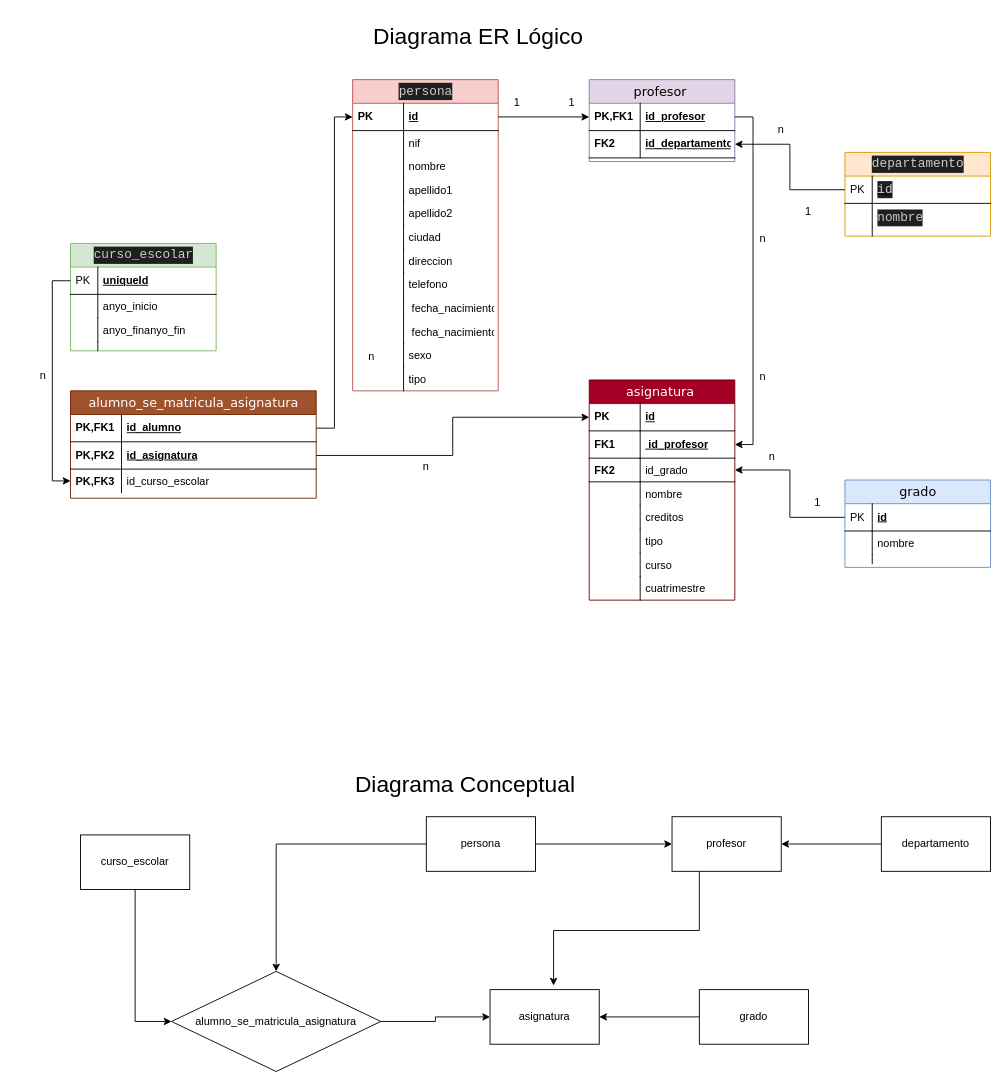
artissce/BD_FALL2024 keeps this draw.io diagram as Examen.drawio. Above is the earlier version. Source tidied: cells renumbered, new cells numbered last; positions are measured from the earlier drawing's top-left corner, leaving out a move shared by most shapes. Both pictures are drawn from the tidied source at 91%, with x=0, y=0 at pixel (15, 15).
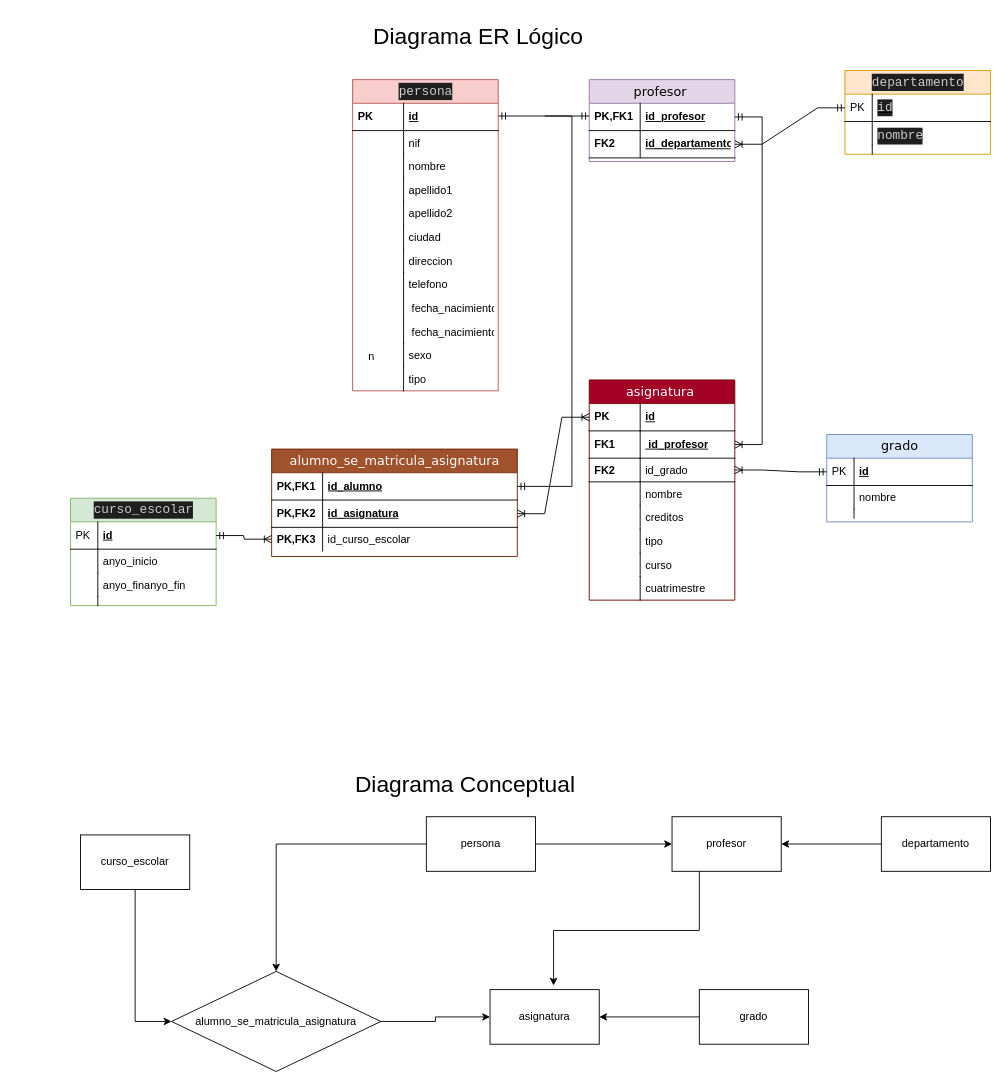
After the change.

Unchanged cells that the change refers to:
```xml
<mxCell id="3" value="id" style="shape=partialRectangle;top=0;left=0;right=0;bottom=1;html=1;align=left;verticalAlign=middle;fillColor=none;spacingLeft=60;spacingRight=4;whiteSpace=wrap;overflow=hidden;points=[[0,0.5],[1,0.5]];portConstraint=eastwest;fontStyle=5;" parent="2" vertex="1">
  <mxGeometry y="26" width="160" height="30" as="geometry" />
</mxCell>
<mxCell id="28" value="id" style="shape=partialRectangle;top=0;left=0;right=0;bottom=1;html=1;align=left;verticalAlign=middle;fillColor=none;spacingLeft=34;spacingRight=4;whiteSpace=wrap;overflow=hidden;points=[[0,0.5],[1,0.5]];portConstraint=eastwest;fontStyle=5;" parent="27" vertex="1">
  <mxGeometry y="26" width="160" height="30" as="geometry" />
</mxCell>
<mxCell id="44" value="id_profesor" style="shape=partialRectangle;top=0;left=0;right=0;bottom=1;html=1;align=left;verticalAlign=middle;fillColor=none;spacingLeft=60;spacingRight=4;whiteSpace=wrap;overflow=hidden;points=[[0,0.5],[1,0.5]];portConstraint=eastwest;fontStyle=5;" parent="43" vertex="1">
  <mxGeometry y="26" width="160" height="30" as="geometry" />
</mxCell>
<mxCell id="46" value="id_departamento" style="shape=partialRectangle;top=0;left=0;right=0;bottom=1;html=1;align=left;verticalAlign=middle;fillColor=none;spacingLeft=60;spacingRight=4;whiteSpace=wrap;overflow=hidden;points=[[0,0.5],[1,0.5]];portConstraint=eastwest;fontStyle=5;" parent="43" vertex="1">
  <mxGeometry y="56" width="160" height="30" as="geometry" />
</mxCell>
<mxCell id="49" value="id" style="shape=partialRectangle;top=0;left=0;right=0;bottom=1;html=1;align=left;verticalAlign=middle;fillColor=none;spacingLeft=60;spacingRight=4;whiteSpace=wrap;overflow=hidden;points=[[0,0.5],[1,0.5]];portConstraint=eastwest;fontStyle=5;" parent="48" vertex="1">
  <mxGeometry y="26" width="160" height="30" as="geometry" />
</mxCell>
<mxCell id="51" value="&amp;nbsp;id_profesor" style="shape=partialRectangle;top=0;left=0;right=0;bottom=1;html=1;align=left;verticalAlign=middle;fillColor=none;spacingLeft=60;spacingRight=4;whiteSpace=wrap;overflow=hidden;points=[[0,0.5],[1,0.5]];portConstraint=eastwest;fontStyle=5;" parent="48" vertex="1">
  <mxGeometry y="56" width="160" height="30" as="geometry" />
</mxCell>
<mxCell id="53" value="id_grado" style="shape=partialRectangle;top=0;left=0;right=0;bottom=1;html=1;align=left;verticalAlign=top;fillColor=none;spacingLeft=60;spacingRight=4;whiteSpace=wrap;overflow=hidden;points=[[0,0.5],[1,0.5]];portConstraint=eastwest;" parent="48" vertex="1">
  <mxGeometry y="86" width="160" height="26" as="geometry" />
</mxCell>
<mxCell id="66" value="id_alumno" style="shape=partialRectangle;top=0;left=0;right=0;bottom=1;html=1;align=left;verticalAlign=middle;fillColor=none;spacingLeft=60;spacingRight=4;whiteSpace=wrap;overflow=hidden;points=[[0,0.5],[1,0.5]];portConstraint=eastwest;fontStyle=5;" parent="65" vertex="1">
  <mxGeometry y="26" width="270" height="30" as="geometry" />
</mxCell>
<mxCell id="68" value="id_asignatura" style="shape=partialRectangle;top=0;left=0;right=0;bottom=1;html=1;align=left;verticalAlign=middle;fillColor=none;spacingLeft=60;spacingRight=4;whiteSpace=wrap;overflow=hidden;points=[[0,0.5],[1,0.5]];portConstraint=eastwest;fontStyle=5;" parent="65" vertex="1">
  <mxGeometry y="56" width="270" height="30" as="geometry" />
</mxCell>
<mxCell id="70" value="id_curso_escolar" style="shape=partialRectangle;top=0;left=0;right=0;bottom=0;html=1;align=left;verticalAlign=top;fillColor=none;spacingLeft=60;spacingRight=4;whiteSpace=wrap;overflow=hidden;points=[[0,0.5],[1,0.5]];portConstraint=eastwest;" parent="65" vertex="1">
  <mxGeometry y="86" width="270" height="26" as="geometry" />
</mxCell>
<mxCell id="73" value="&lt;div style=&quot;color: #cccccc;background-color: #1f1f1f;font-family: Consolas, 'Courier New', monospace;font-weight: normal;font-size: 14px;line-height: 19px;white-space: pre;&quot;&gt;id&lt;/div&gt;" style="shape=partialRectangle;top=0;left=0;right=0;bottom=1;html=1;align=left;verticalAlign=middle;fillColor=none;spacingLeft=34;spacingRight=4;whiteSpace=wrap;overflow=hidden;points=[[0,0.5],[1,0.5]];portConstraint=eastwest;fontStyle=5;" parent="72" vertex="1">
  <mxGeometry y="26" width="160" height="30" as="geometry" />
</mxCell>
```

Change to the diagram source:
```diff
@@
     <mxCell id="27" value="grado" style="swimlane;html=1;fontStyle=0;horizontal=1;startSize=26;fillColor=#dae8fc;swimlaneFillColor=#ffffff;align=center;rounded=0;shadow=0;comic=0;labelBackgroundColor=none;strokeWidth=1;fontFamily=Verdana;fontSize=14;swimlaneLine=1;strokeColor=#6c8ebf;" parent="1" vertex="1">
-      <mxGeometry x="911" y="510" width="160" height="96" as="geometry" />
+      <mxGeometry x="891" y="460" width="160" height="96" as="geometry" />
     </mxCell>
@@
     <mxCell id="34" value="&lt;div style=&quot;color: rgb(204, 204, 204); background-color: rgb(31, 31, 31); font-family: Consolas, &amp;quot;Courier New&amp;quot;, monospace; line-height: 19px; white-space-collapse: preserve;&quot;&gt;curso_escolar&lt;/div&gt;" style="swimlane;html=1;fontStyle=0;horizontal=1;startSize=26;fillColor=#d5e8d4;swimlaneFillColor=#ffffff;align=center;rounded=0;shadow=0;comic=0;labelBackgroundColor=none;strokeWidth=1;fontFamily=Verdana;fontSize=14;strokeColor=#82b366;" parent="1" vertex="1">
-      <mxGeometry x="60" y="250" width="160" height="118" as="geometry" />
+      <mxGeometry x="60" y="530" width="160" height="118" as="geometry" />
     </mxCell>
-    <mxCell id="35" value="uniqueId" style="shape=partialRectangle;top=0;left=0;right=0;bottom=1;html=1;align=left;verticalAlign=middle;fillColor=none;spacingLeft=34;spacingRight=4;whiteSpace=wrap;overflow=hidden;points=[[0,0.5],[1,0.5]];portConstraint=eastwest;fontStyle=5;" parent="34" vertex="1">
+    <mxCell id="35" value="id" style="shape=partialRectangle;top=0;left=0;right=0;bottom=1;html=1;align=left;verticalAlign=middle;fillColor=none;spacingLeft=34;spacingRight=4;whiteSpace=wrap;overflow=hidden;points=[[0,0.5],[1,0.5]];portConstraint=eastwest;fontStyle=5;" parent="34" vertex="1">
       <mxGeometry y="26" width="160" height="30" as="geometry" />
     </mxCell>
@@
     <mxCell id="65" value="alumno_se_matricula_asignatura" style="swimlane;html=1;fontStyle=0;horizontal=1;startSize=26;fillColor=#a0522d;swimlaneFillColor=#ffffff;align=center;rounded=0;shadow=0;comic=0;labelBackgroundColor=none;strokeWidth=1;fontFamily=Verdana;fontSize=14;fontColor=#ffffff;strokeColor=#6D1F00;" parent="1" vertex="1">
-      <mxGeometry x="60" y="412" width="270" height="118" as="geometry" />
+      <mxGeometry x="281" y="476" width="270" height="118" as="geometry" />
     </mxCell>
@@
     <mxCell id="72" value="&lt;div style=&quot;color: rgb(204, 204, 204); background-color: rgb(31, 31, 31); font-family: Consolas, &amp;quot;Courier New&amp;quot;, monospace; line-height: 19px; white-space-collapse: preserve;&quot;&gt;departamento&lt;/div&gt;" style="swimlane;html=1;fontStyle=0;horizontal=1;startSize=26;fillColor=#ffe6cc;swimlaneFillColor=#ffffff;align=center;rounded=0;shadow=0;comic=0;labelBackgroundColor=none;strokeWidth=1;fontFamily=Verdana;fontSize=14;strokeColor=#d79b00;" parent="1" vertex="1">
-      <mxGeometry x="911" y="150" width="160" height="92" as="geometry" />
+      <mxGeometry x="911" y="60" width="160" height="92" as="geometry" />
     </mxCell>
@@
-    <mxCell id="80" style="edgeStyle=orthogonalEdgeStyle;rounded=0;jettySize=auto;html=1;exitX=0;exitY=0.5;exitDx=0;exitDy=0;entryX=0;entryY=0.5;entryDx=0;entryDy=0;" parent="1" edge="1" source="35" target="70">
-      <mxGeometry relative="1" as="geometry" />
-    </mxCell>
-    <mxCell id="81" style="edgeStyle=orthogonalEdgeStyle;rounded=0;jettySize=auto;html=1;exitX=1;exitY=0.5;exitDx=0;exitDy=0;entryX=0;entryY=0.5;entryDx=0;entryDy=0;" parent="1" edge="1" source="66" target="3">
-      <mxGeometry relative="1" as="geometry" />
-    </mxCell>
-    <mxCell id="82" style="edgeStyle=orthogonalEdgeStyle;rounded=0;jettySize=auto;html=1;exitX=1;exitY=0.5;exitDx=0;exitDy=0;entryX=0;entryY=0.5;entryDx=0;entryDy=0;" parent="1" edge="1" source="68" target="49">
-      <mxGeometry relative="1" as="geometry" />
-    </mxCell>
-    <mxCell id="83" style="edgeStyle=orthogonalEdgeStyle;rounded=0;jettySize=auto;html=1;exitX=1;exitY=0.5;exitDx=0;exitDy=0;" parent="1" edge="1" source="3" target="44">
-      <mxGeometry relative="1" as="geometry" />
-    </mxCell>
-    <mxCell id="84" style="edgeStyle=orthogonalEdgeStyle;rounded=0;jettySize=auto;html=1;exitX=1;exitY=0.5;exitDx=0;exitDy=0;entryX=1;entryY=0.5;entryDx=0;entryDy=0;" parent="1" edge="1" source="44" target="51">
-      <mxGeometry relative="1" as="geometry" />
-    </mxCell>
-    <mxCell id="85" style="edgeStyle=orthogonalEdgeStyle;rounded=0;jettySize=auto;html=1;exitX=0;exitY=0.5;exitDx=0;exitDy=0;entryX=1;entryY=0.5;entryDx=0;entryDy=0;" parent="1" edge="1" source="28" target="53">
-      <mxGeometry relative="1" as="geometry" />
-    </mxCell>
-    <mxCell id="86" style="edgeStyle=orthogonalEdgeStyle;rounded=0;jettySize=auto;html=1;exitX=0;exitY=0.5;exitDx=0;exitDy=0;entryX=1;entryY=0.5;entryDx=0;entryDy=0;" parent="1" edge="1" source="73" target="46">
-      <mxGeometry relative="1" as="geometry" />
-    </mxCell>
-    <mxCell id="87" value="1" style="text;html=1;align=center;verticalAlign=middle;whiteSpace=wrap;rounded=0;" parent="1" vertex="1">
-      <mxGeometry x="841" y="200" width="60" height="30" as="geometry" />
-    </mxCell>
-    <mxCell id="88" value="n" style="text;html=1;align=center;verticalAlign=middle;whiteSpace=wrap;rounded=0;" parent="1" vertex="1">
-      <mxGeometry x="811" y="110" width="60" height="30" as="geometry" />
-    </mxCell>
-    <mxCell id="89" value="1" style="text;html=1;align=center;verticalAlign=middle;whiteSpace=wrap;rounded=0;" parent="1" vertex="1">
-      <mxGeometry x="581" y="80" width="60" height="30" as="geometry" />
-    </mxCell>
-    <mxCell id="90" value="1" style="text;html=1;align=center;verticalAlign=middle;whiteSpace=wrap;rounded=0;" parent="1" vertex="1">
-      <mxGeometry x="521" y="80" width="60" height="30" as="geometry" />
-    </mxCell>
-    <mxCell id="91" value="1" style="text;html=1;align=center;verticalAlign=middle;whiteSpace=wrap;rounded=0;" parent="1" vertex="1">
-      <mxGeometry x="851" y="520" width="60" height="30" as="geometry" />
-    </mxCell>
-    <mxCell id="92" value="n" style="text;html=1;align=center;verticalAlign=middle;whiteSpace=wrap;rounded=0;" parent="1" vertex="1">
-      <mxGeometry x="801" y="470" width="60" height="30" as="geometry" />
-    </mxCell>
-    <mxCell id="93" value="n" style="text;html=1;align=center;verticalAlign=middle;whiteSpace=wrap;rounded=0;" parent="1" vertex="1">
-      <mxGeometry x="791" y="230" width="60" height="30" as="geometry" />
-    </mxCell>
-    <mxCell id="94" value="n" style="text;html=1;align=center;verticalAlign=middle;whiteSpace=wrap;rounded=0;" parent="1" vertex="1">
-      <mxGeometry x="791" y="382" width="60" height="30" as="geometry" />
-    </mxCell>
@@
-    <mxCell id="96" value="n" style="text;html=1;align=center;verticalAlign=middle;whiteSpace=wrap;rounded=0;" parent="1" vertex="1">
-      <mxGeometry y="380" width="60" height="30" as="geometry" />
-    </mxCell>
-    <mxCell id="97" value="n" style="text;html=1;align=center;verticalAlign=middle;whiteSpace=wrap;rounded=0;" parent="1" vertex="1">
-      <mxGeometry x="421" y="480" width="60" height="30" as="geometry" />
-    </mxCell>
@@
+    <mxCell id="80" style="edgeStyle=entityRelationEdgeStyle;fontSize=12;html=1;endArrow=ERoneToMany;startArrow=ERmandOne;rounded=0;exitX=1;exitY=0.5;exitDx=0;exitDy=0;entryX=0;entryY=0.5;entryDx=0;entryDy=0;" parent="1" edge="1" source="35" target="70">
+      <mxGeometry relative="1" as="geometry" />
+    </mxCell>
+    <mxCell id="113" style="edgeStyle=entityRelationEdgeStyle;fontSize=12;html=1;endArrow=ERmandOne;rounded=0;entryX=1;entryY=0.5;entryDx=0;entryDy=0;" parent="1" edge="1" target="66">
+      <mxGeometry relative="1" as="geometry">
+        <mxPoint x="581" y="110" as="sourcePoint" />
+        <Array as="points">
+          <mxPoint x="601" y="120" />
+          <mxPoint x="601" y="120" />
+          <mxPoint x="591" y="310" />
+        </Array>
+      </mxGeometry>
+    </mxCell>
+    <mxCell id="114" style="edgeStyle=entityRelationEdgeStyle;fontSize=12;html=1;endArrow=ERmandOne;startArrow=ERmandOne;rounded=0;exitX=1;exitY=0.5;exitDx=0;exitDy=0;entryX=0;entryY=0.5;entryDx=0;entryDy=0;" parent="1" edge="1">
+      <mxGeometry relative="1" as="geometry">
+        <mxPoint x="530" y="110" as="sourcePoint" />
+        <mxPoint x="630" y="110" as="targetPoint" />
+      </mxGeometry>
+    </mxCell>
+    <mxCell id="85" style="edgeStyle=entityRelationEdgeStyle;fontSize=12;html=1;endArrow=ERoneToMany;startArrow=ERmandOne;rounded=0;exitX=0;exitY=0.5;exitDx=0;exitDy=0;entryX=1;entryY=0.5;entryDx=0;entryDy=0;" parent="1" edge="1" source="28" target="53">
+      <mxGeometry relative="1" as="geometry" />
+    </mxCell>
+    <mxCell id="86" style="edgeStyle=entityRelationEdgeStyle;fontSize=12;html=1;endArrow=ERoneToMany;startArrow=ERmandOne;rounded=0;exitX=0;exitY=0.5;exitDx=0;exitDy=0;entryX=1;entryY=0.5;entryDx=0;entryDy=0;" parent="1" edge="1" source="73" target="46">
+      <mxGeometry relative="1" as="geometry" />
+    </mxCell>
+    <mxCell id="84" style="edgeStyle=entityRelationEdgeStyle;fontSize=12;html=1;endArrow=ERoneToMany;startArrow=ERmandOne;rounded=0;exitX=1;exitY=0.5;exitDx=0;exitDy=0;entryX=1;entryY=0.5;entryDx=0;entryDy=0;" parent="1" edge="1" source="44" target="51">
+      <mxGeometry relative="1" as="geometry">
+        <Array as="points">
+          <mxPoint x="801" y="110" />
+          <mxPoint x="791" y="90" />
+          <mxPoint x="841" y="120" />
+        </Array>
+      </mxGeometry>
+    </mxCell>
+    <mxCell id="82" style="edgeStyle=entityRelationEdgeStyle;fontSize=12;html=1;endArrow=ERoneToMany;startArrow=ERoneToMany;rounded=0;exitX=1;exitY=0.5;exitDx=0;exitDy=0;entryX=0;entryY=0.5;entryDx=0;entryDy=0;" parent="1" edge="1" source="68" target="49">
+      <mxGeometry relative="1" as="geometry" />
+    </mxCell>
```
